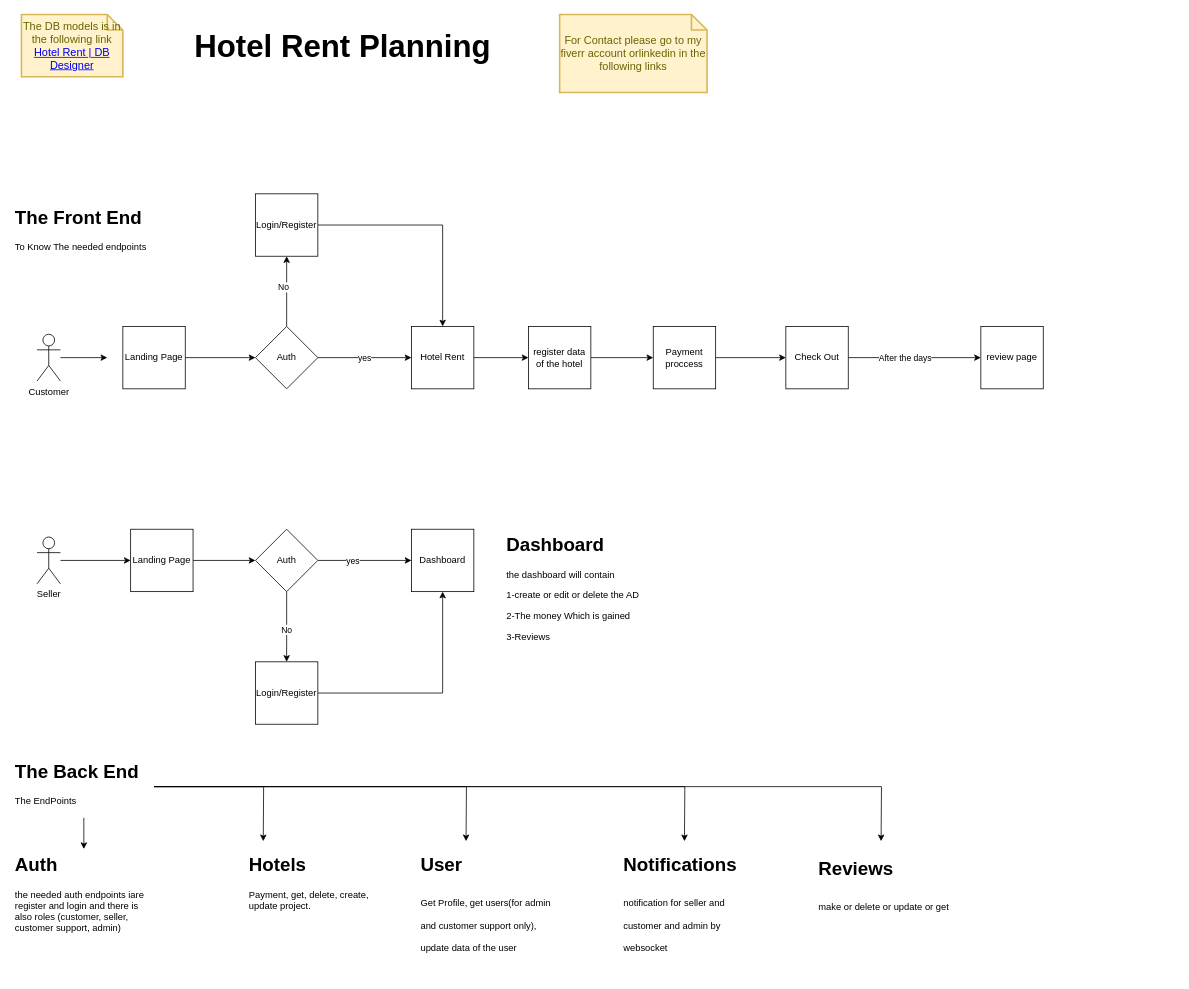
The draw.io diagram FlowChart.drawio in OmarAboelnaga121/Hotel-Rent, before the edit. Source tidied: cells renumbered, new cells numbered last; positions are measured from the earlier drawing's top-left corner, leaving out a move shared by most shapes. Both pictures are drawn from the tidied source at 78%, with x=0, y=0 at pixel (13, 14).
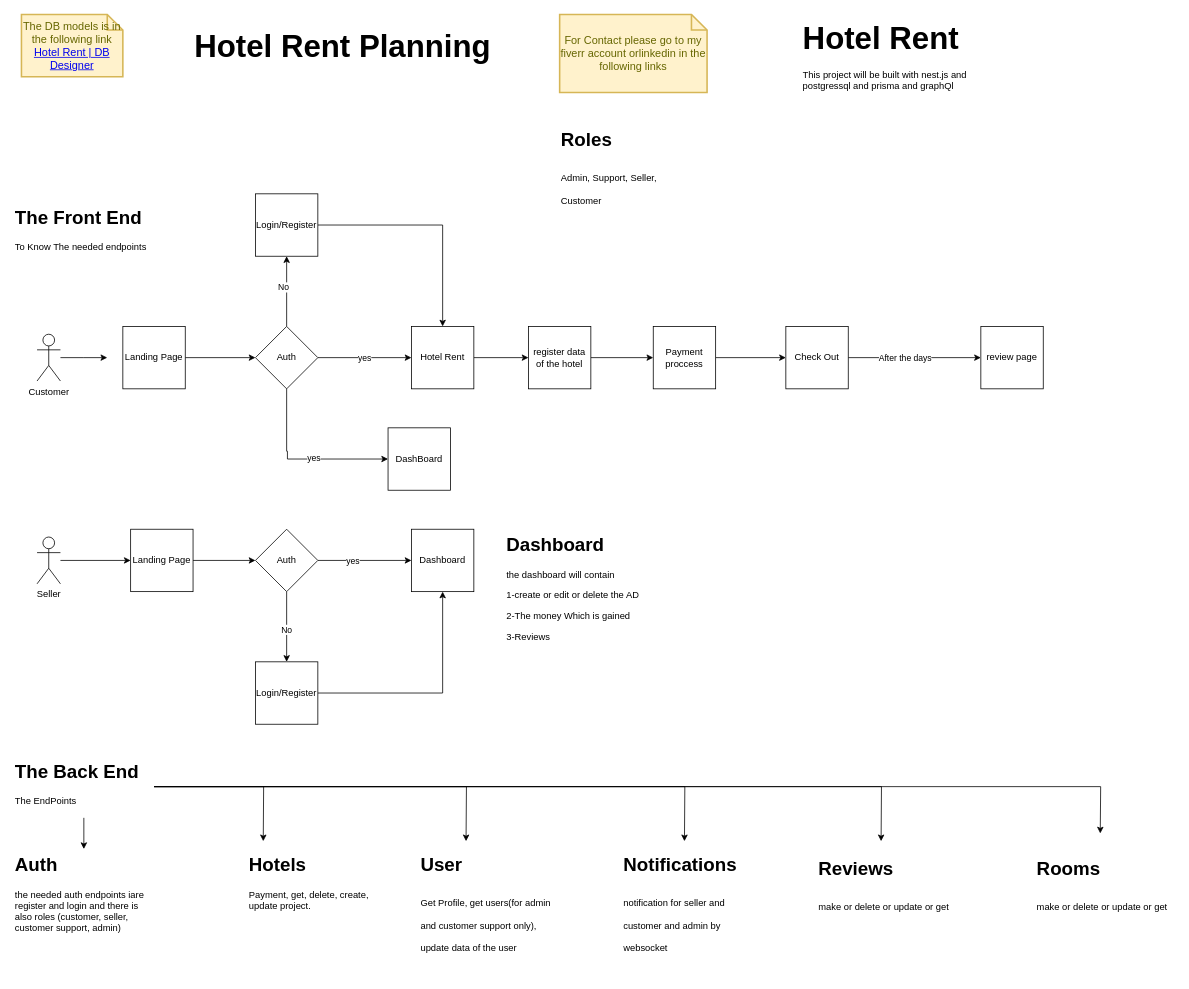
Above is the later version.

The change refers to these unchanged cells:
```xml
<mxCell id="11" value="Auth" style="rhombus;whiteSpace=wrap;html=1;" parent="1" vertex="1">
  <mxGeometry x="310" y="400" width="80" height="80" as="geometry" />
</mxCell>
<mxCell id="36" value="&lt;h1 style=&quot;margin-top: 0px;&quot;&gt;The Back End&lt;/h1&gt;&lt;p&gt;The EndPoints&lt;/p&gt;" style="text;html=1;whiteSpace=wrap;overflow=hidden;rounded=0;" parent="1" vertex="1">
  <mxGeometry y="950" width="180" height="80" as="geometry" />
</mxCell>
```

The edit, as a diff of the source:
```diff
@@
-    <mxCell id="3" value="Customer" style="shape=umlActor;verticalLabelPosition=bottom;verticalAlign=top;html=1;outlineConnect=0;" parent="1" vertex="1">
+    <mxCell id="3" value="Customer" style="shape=umlActor;verticalLabelPosition=bottom;verticalAlign=top;html=1;outlineConnect=0;fontFamily=Helvetica;" parent="1" vertex="1">
       <mxGeometry x="30" y="410" width="30" height="60" as="geometry" />
     </mxCell>
@@
+    <mxCell id="51" style="edgeStyle=orthogonalEdgeStyle;rounded=0;jettySize=auto;html=1;" parent="1" edge="1" source="11">
+      <mxGeometry relative="1" as="geometry">
+        <mxPoint x="480" y="570" as="targetPoint" />
+        <Array as="points">
+          <mxPoint x="350" y="560" />
+          <mxPoint x="351" y="560" />
+          <mxPoint x="351" y="570" />
+        </Array>
+      </mxGeometry>
+    </mxCell>
+    <mxCell id="52" value="yes" style="edgeLabel;html=1;align=center;verticalAlign=middle;" parent="51" vertex="1">
+      <mxGeometry x="0.13" y="2" relative="1" as="geometry" />
+    </mxCell>
@@
+    <mxCell id="53" style="edgeStyle=orthogonalEdgeStyle;rounded=0;jettySize=auto;html=1;" parent="1" edge="1" source="36">
+      <mxGeometry relative="1" as="geometry">
+        <mxPoint x="1393.1" y="1050" as="targetPoint" />
+      </mxGeometry>
+    </mxCell>
@@
+    <mxCell id="54" value="DashBoard" style="whiteSpace=wrap;html=1;" parent="1" vertex="1">
+      <mxGeometry x="480" y="530" width="80" height="80" as="geometry" />
+    </mxCell>
+    <mxCell id="55" value="&lt;h1 style=&quot;margin-top: 0px;&quot;&gt;&lt;span style=&quot;background-color: transparent; color: light-dark(rgb(0, 0, 0), rgb(255, 255, 255));&quot;&gt;Rooms&lt;/span&gt;&lt;/h1&gt;&lt;h1 style=&quot;margin-top: 0px;&quot;&gt;&lt;span style=&quot;font-size: 12px; font-weight: 400; background-color: transparent; color: light-dark(rgb(0, 0, 0), rgb(255, 255, 255));&quot;&gt;make or delete or update or get&amp;nbsp;&lt;/span&gt;&lt;/h1&gt;" style="text;html=1;whiteSpace=wrap;overflow=hidden;rounded=0;" parent="1" vertex="1">
+      <mxGeometry x="1310" y="1075" width="180" height="95" as="geometry" />
+    </mxCell>
+    <mxCell id="56" value="&lt;h1 style=&quot;margin-top: 0px;&quot;&gt;&lt;font style=&quot;font-size: 40px;&quot;&gt;Hotel Rent&lt;/font&gt;&lt;/h1&gt;&lt;p&gt;This project will be built with nest.js and postgressql and prisma and graphQl&lt;/p&gt;" style="text;html=1;whiteSpace=wrap;overflow=hidden;rounded=0;" parent="1" vertex="1">
+      <mxGeometry x="1010" width="220" height="120" as="geometry" />
+    </mxCell>
+    <mxCell id="57" value="&lt;h1 style=&quot;margin-top: 0px;&quot;&gt;&lt;span style=&quot;background-color: transparent; color: light-dark(rgb(0, 0, 0), rgb(255, 255, 255));&quot;&gt;Roles&lt;/span&gt;&lt;/h1&gt;&lt;h1 style=&quot;margin-top: 0px;&quot;&gt;&lt;span style=&quot;font-size: 12px; font-weight: 400;&quot;&gt;Admin, Support, Seller, Customer&lt;/span&gt;&lt;/h1&gt;" style="text;html=1;whiteSpace=wrap;overflow=hidden;rounded=0;" parent="1" vertex="1">
+      <mxGeometry x="700" y="140" width="180" height="120" as="geometry" />
+    </mxCell>
```
